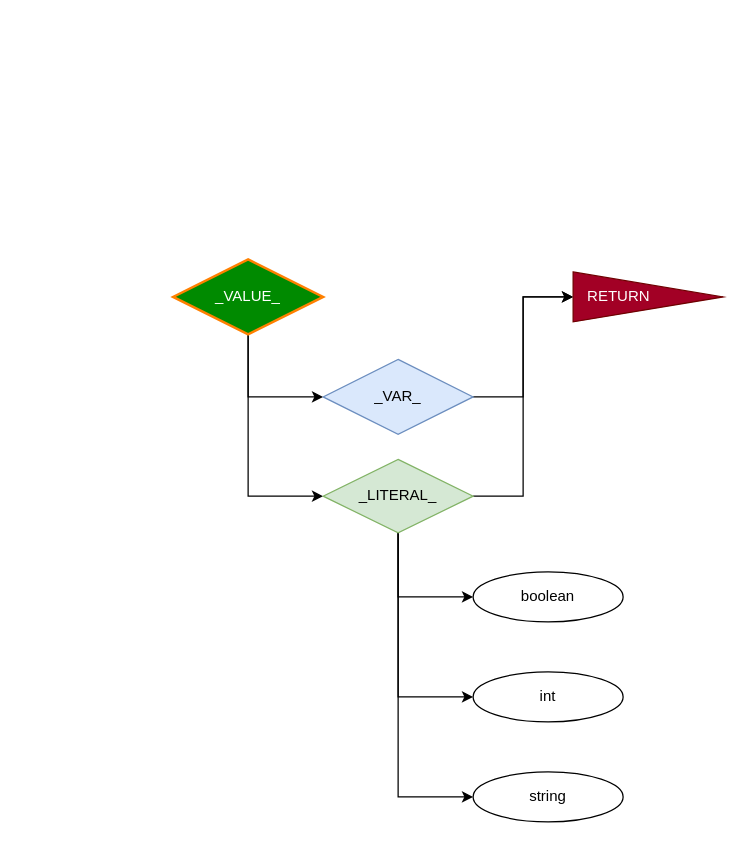
Before: page "_VALUEOREXPR_" (6 of 8) of CFG.drawio in ZacharyYGateley/Compiler, a draw.io diagram. Source tidied: cells renumbered, new cells numbered last; positions are measured from the earlier drawing's top-left corner, leaving out a move shared by most shapes. Both pictures are drawn from the tidied source at 125%, with x=0, y=0 at pixel (172, 259).
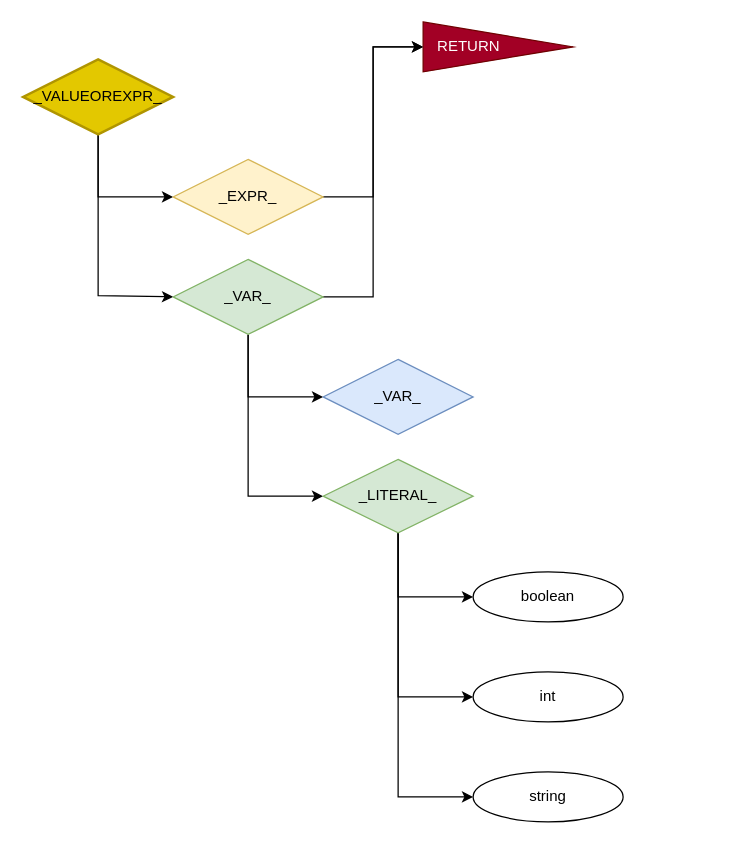
After the change.

The change refers to these unchanged cells:
```xml
<mxCell id="11" value="_LITERAL_" style="rhombus;whiteSpace=wrap;html=1;fillColor=#d5e8d4;strokeColor=#82b366;" parent="1" vertex="1">
  <mxGeometry x="120" y="160" width="120" height="58.8" as="geometry" />
</mxCell>
```

The edit, as a diff of the source:
```diff
@@
-    <mxCell id="2" style="edgeStyle=orthogonalEdgeStyle;rounded=0;jettySize=auto;html=1;exitX=0.5;exitY=1;exitDx=0;exitDy=0;entryX=0;entryY=0.5;entryDx=0;entryDy=0;" parent="1" edge="1" source="4" target="6">
+    <mxCell id="2" style="edgeStyle=orthogonalEdgeStyle;rounded=0;jettySize=auto;html=1;exitX=0.5;exitY=1;exitDx=0;exitDy=0;entryX=0;entryY=0.5;entryDx=0;entryDy=0;" parent="1" edge="1" source="4" target="21">
       <mxGeometry relative="1" as="geometry" />
     </mxCell>
-    <mxCell id="3" style="edgeStyle=orthogonalEdgeStyle;rounded=0;jettySize=auto;html=1;exitX=0.5;exitY=1;exitDx=0;exitDy=0;entryX=0;entryY=0.5;entryDx=0;entryDy=0;" parent="1" edge="1" source="4" target="11">
-      <mxGeometry relative="1" as="geometry" />
+    <mxCell id="3" style="edgeStyle=orthogonalEdgeStyle;rounded=0;jettySize=auto;html=1;exitX=0.5;exitY=1;exitDx=0;exitDy=0;entryX=0;entryY=0.5;entryDx=0;entryDy=0;" parent="1" edge="1" source="4" target="19">
+      <mxGeometry relative="1" as="geometry">
+        <Array as="points">
+          <mxPoint x="-60" y="29" />
+        </Array>
+      </mxGeometry>
     </mxCell>
-    <mxCell id="4" value="_VALUE_" style="rhombus;whiteSpace=wrap;html=1;fillColor=#008a00;strokeColor=#FF8000;fontColor=#ffffff;strokeWidth=2;" parent="1" vertex="1">
-      <mxGeometry width="120" height="60" as="geometry" />
+    <mxCell id="4" value="&lt;font color=&quot;#000000&quot;&gt;_VALUEOREXPR_&lt;/font&gt;" style="rhombus;whiteSpace=wrap;html=1;fillColor=#e3c800;strokeColor=#B09500;fontColor=#ffffff;strokeWidth=2;" parent="1" vertex="1">
+      <mxGeometry x="-120" y="-160" width="120" height="60" as="geometry" />
     </mxCell>
-    <mxCell id="5" style="edgeStyle=orthogonalEdgeStyle;rounded=0;jettySize=auto;html=1;exitX=1;exitY=0.5;exitDx=0;exitDy=0;entryX=0;entryY=0.5;entryDx=0;entryDy=0;" parent="1" edge="1" source="6" target="15">
-      <mxGeometry relative="1" as="geometry" />
-    </mxCell>
-    <mxCell id="6" value="_VAR_" style="rhombus;whiteSpace=wrap;html=1;fillColor=#dae8fc;strokeColor=#6c8ebf;" parent="1" vertex="1">
-      <mxGeometry x="120" y="80" width="120" height="60" as="geometry" />
-    </mxCell>
+    <mxCell id="16" style="edgeStyle=orthogonalEdgeStyle;rounded=0;jettySize=auto;html=1;exitX=0.5;exitY=1;exitDx=0;exitDy=0;entryX=0;entryY=0.5;entryDx=0;entryDy=0;" parent="1" edge="1" source="19" target="6">
+      <mxGeometry relative="1" as="geometry" />
+    </mxCell>
+    <mxCell id="17" style="edgeStyle=orthogonalEdgeStyle;rounded=0;jettySize=auto;html=1;exitX=0.5;exitY=1;exitDx=0;exitDy=0;entryX=0;entryY=0.5;entryDx=0;entryDy=0;" parent="1" edge="1" source="19" target="11">
+      <mxGeometry relative="1" as="geometry" />
+    </mxCell>
+    <mxCell id="18" style="edgeStyle=orthogonalEdgeStyle;rounded=0;jettySize=auto;html=1;exitX=1;exitY=0.5;exitDx=0;exitDy=0;entryX=0;entryY=0.5;entryDx=0;entryDy=0;" parent="1" edge="1" source="19" target="15">
+      <mxGeometry relative="1" as="geometry" />
+    </mxCell>
+    <mxCell id="19" value="_VAR_" style="rhombus;whiteSpace=wrap;html=1;fillColor=#d5e8d4;strokeColor=#82b366;" parent="1" vertex="1">
+      <mxGeometry width="120" height="60" as="geometry" />
+    </mxCell>
@@
-    <mxCell id="10" style="edgeStyle=orthogonalEdgeStyle;rounded=0;jettySize=auto;html=1;exitX=1;exitY=0.5;exitDx=0;exitDy=0;entryX=0;entryY=0.5;entryDx=0;entryDy=0;" parent="1" edge="1" source="11" target="15">
-      <mxGeometry relative="1" as="geometry" />
-    </mxCell>
@@
     <mxCell id="15" value="RETURN&amp;nbsp; &amp;nbsp; &amp;nbsp; &amp;nbsp; &amp;nbsp; &amp;nbsp; &amp;nbsp;&amp;nbsp;" style="triangle;whiteSpace=wrap;html=1;fillColor=#a20025;strokeColor=#6F0000;fontColor=#ffffff;" parent="1" vertex="1">
-      <mxGeometry x="320" y="10" width="120" height="40" as="geometry" />
+      <mxGeometry x="200" y="-190" width="120" height="40" as="geometry" />
     </mxCell>
+    <mxCell id="6" value="_VAR_" style="rhombus;whiteSpace=wrap;html=1;fillColor=#dae8fc;strokeColor=#6c8ebf;" parent="1" vertex="1">
+      <mxGeometry x="120" y="80" width="120" height="60" as="geometry" />
+    </mxCell>
+    <mxCell id="20" style="edgeStyle=orthogonalEdgeStyle;rounded=0;jettySize=auto;html=1;exitX=1;exitY=0.5;exitDx=0;exitDy=0;entryX=0;entryY=0.5;entryDx=0;entryDy=0;" parent="1" edge="1" source="21" target="15">
+      <mxGeometry relative="1" as="geometry" />
+    </mxCell>
+    <mxCell id="21" value="_EXPR_" style="rhombus;whiteSpace=wrap;html=1;fillColor=#fff2cc;strokeColor=#d6b656;" parent="1" vertex="1">
+      <mxGeometry y="-80" width="120" height="60" as="geometry" />
+    </mxCell>
```
